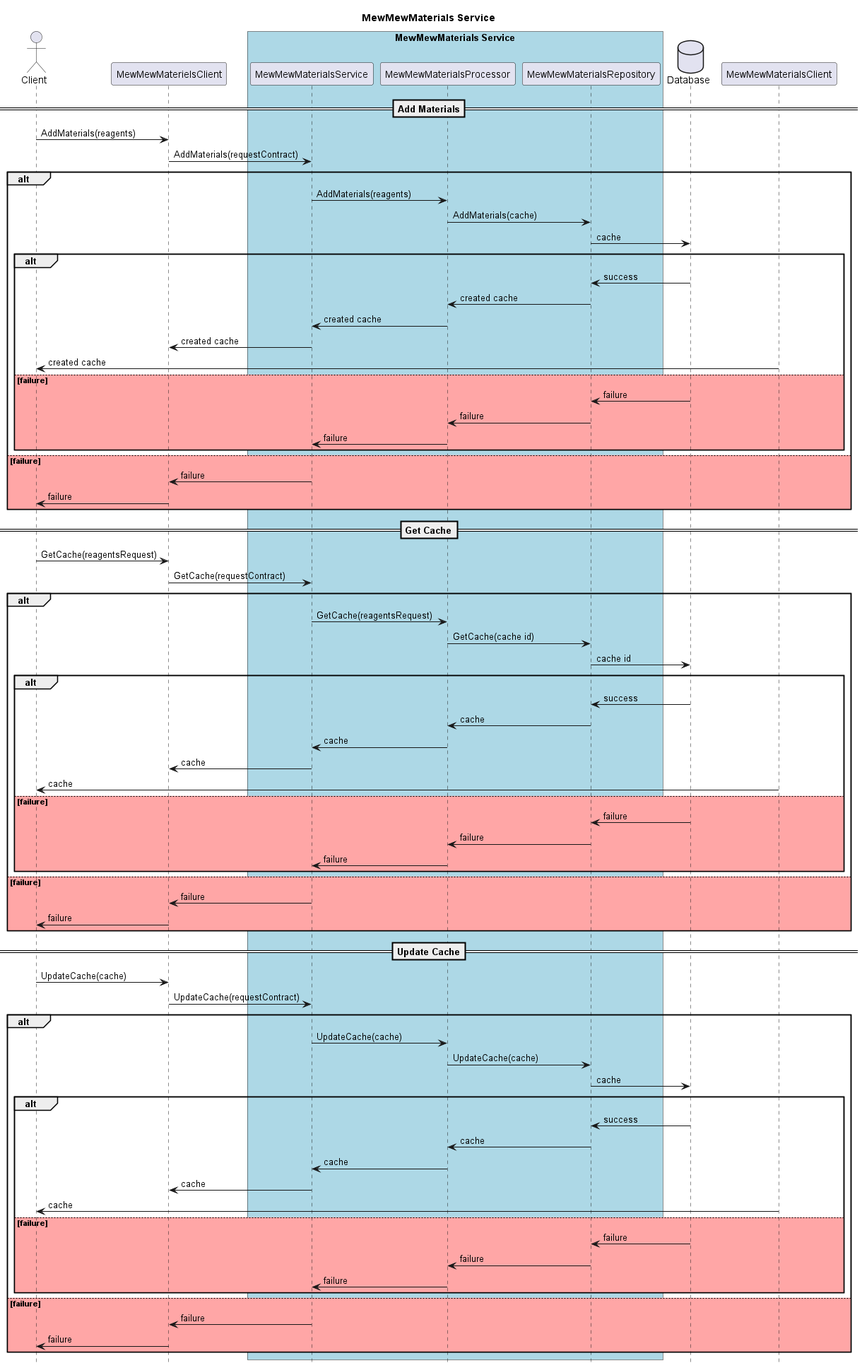
The PlantUML diagram docs/design/materials/service-design/mew-mew-materials-sequence.png in AmberFalbo/cat-coven, before a commit.
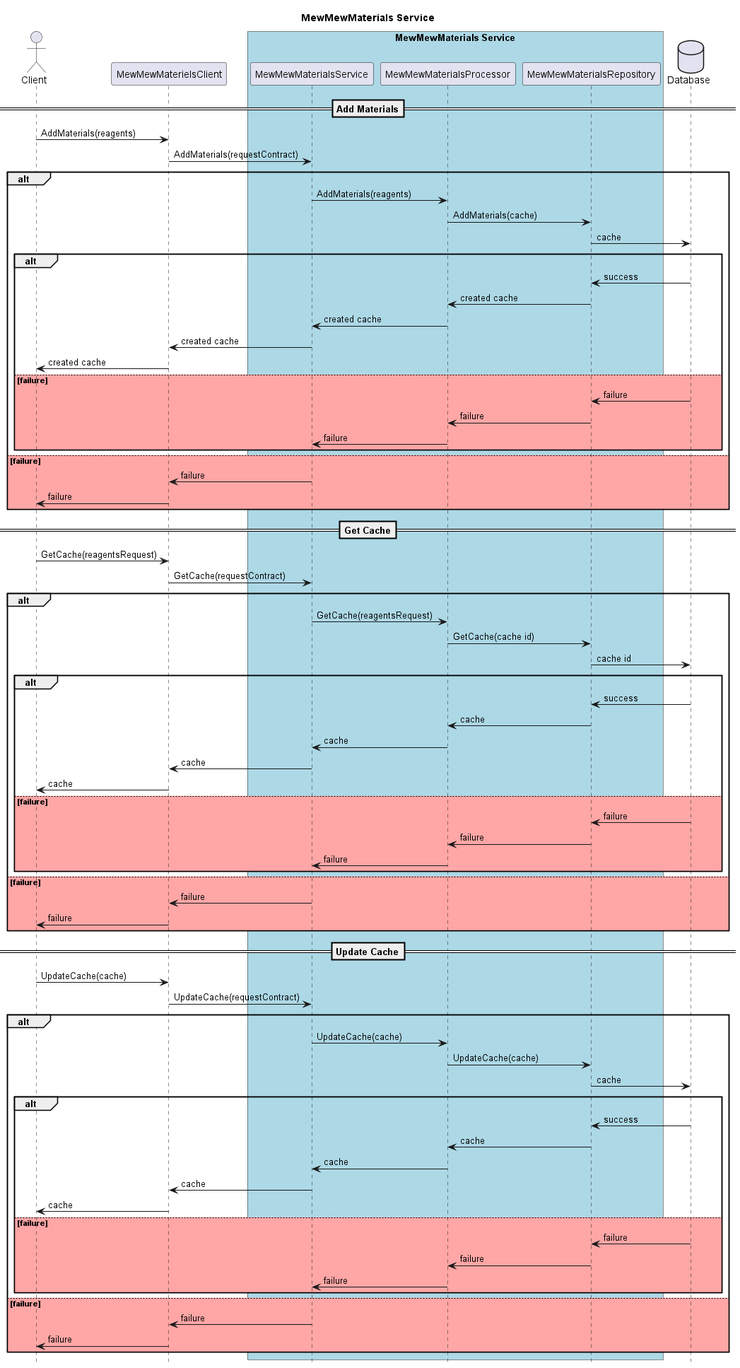
After the commit.

Change to the diagram source:
```diff
@@ -26,7 +26,7 @@
         MewMewMaterialsRepository -> MewMewMaterialsProcessor : created cache
         MewMewMaterialsProcessor -> MewMewMaterialsService : created cache
         MewMewMaterialsService -> MewMewMaterielsClient : created cache
-        MewMewMaterialsClient -> Client : created cache
+        MewMewMaterielsClient -> Client : created cache
     else #FFA6A6 failure
         Database -> MewMewMaterialsRepository : failure
         MewMewMaterialsRepository -> MewMewMaterialsProcessor : failure
@@ -50,7 +50,7 @@
         MewMewMaterialsRepository -> MewMewMaterialsProcessor : cache
         MewMewMaterialsProcessor -> MewMewMaterialsService : cache
         MewMewMaterialsService -> MewMewMaterielsClient : cache
-        MewMewMaterialsClient -> Client : cache
+        MewMewMaterielsClient -> Client : cache
     else #FFA6A6 failure
         Database -> MewMewMaterialsRepository : failure
         MewMewMaterialsRepository -> MewMewMaterialsProcessor : failure
@@ -74,7 +74,7 @@
         MewMewMaterialsRepository -> MewMewMaterialsProcessor : cache
         MewMewMaterialsProcessor -> MewMewMaterialsService : cache
         MewMewMaterialsService -> MewMewMaterielsClient : cache
-        MewMewMaterialsClient -> Client : cache
+        MewMewMaterielsClient -> Client : cache
     else #FFA6A6 failure
         Database -> MewMewMaterialsRepository : failure
         MewMewMaterialsRepository -> MewMewMaterialsProcessor : failure
```
